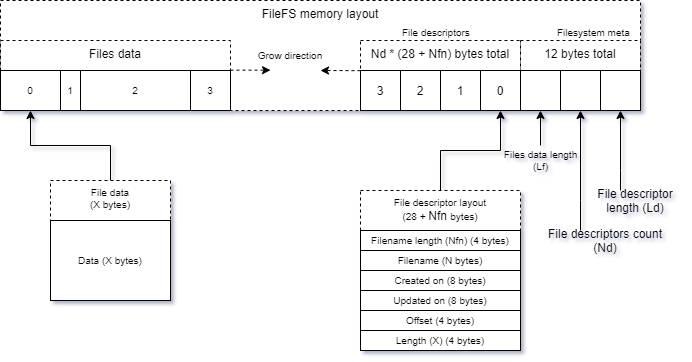
Above: docs/img/Memory-structure.png in seclerp/FileFS (draw.io), before the change. Source tidied: cells renumbered, new cells last; positions are measured from the earlier drawing's top-left corner, leaving out a move shared by most shapes.
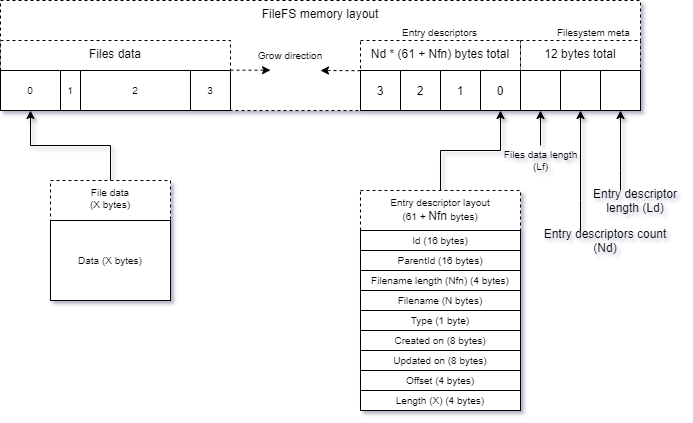
After the commit.

Change to the diagram source:
```diff
@@ -5,7 +5,7 @@
     <mxCell id="2" value="FileFS memory layout" style="rounded=0;whiteSpace=wrap;html=1;dashed=1;verticalAlign=top;" parent="1" vertex="1">
       <mxGeometry width="640" height="110" as="geometry" />
     </mxCell>
-    <mxCell id="3" value="Nd * (28 + Nfn) bytes total" style="rounded=0;whiteSpace=wrap;html=1;dashed=1;verticalAlign=top;" parent="1" vertex="1">
+    <mxCell id="3" value="Nd * (61&amp;nbsp;+ Nfn) bytes total" style="rounded=0;whiteSpace=wrap;html=1;dashed=1;verticalAlign=top;" parent="1" vertex="1">
       <mxGeometry x="360" y="40" width="160" height="70" as="geometry" />
     </mxCell>
     <mxCell id="4" value="12 bytes total" style="rounded=0;whiteSpace=wrap;html=1;dashed=1;verticalAlign=top;" parent="1" vertex="1">
@@ -25,7 +25,7 @@
         </Array>
       </mxGeometry>
     </mxCell>
-    <mxCell id="8" value="File descriptor length (Ld)" style="text;html=1;strokeColor=none;fillColor=none;align=center;verticalAlign=middle;whiteSpace=wrap;rounded=0;dashed=1;" parent="1" vertex="1">
+    <mxCell id="8" value="Entry descriptor length (Ld)" style="text;html=1;strokeColor=none;fillColor=none;align=center;verticalAlign=middle;whiteSpace=wrap;rounded=0;dashed=1;" parent="1" vertex="1">
       <mxGeometry x="590" y="190" width="90" height="20" as="geometry" />
     </mxCell>
     <mxCell id="9" style="edgeStyle=orthogonalEdgeStyle;rounded=0;jettySize=auto;html=1;entryX=0.5;entryY=1;entryDx=0;entryDy=0;" parent="1" edge="1" source="10" target="6">
@@ -36,7 +36,7 @@
         </Array>
       </mxGeometry>
     </mxCell>
-    <mxCell id="10" value="File descriptors count (Nd)" style="text;html=1;strokeColor=none;fillColor=none;align=center;verticalAlign=middle;whiteSpace=wrap;rounded=0;dashed=1;" parent="1" vertex="1">
+    <mxCell id="10" value="Entry descriptors count (Nd)" style="text;html=1;strokeColor=none;fillColor=none;align=center;verticalAlign=middle;whiteSpace=wrap;rounded=0;dashed=1;" parent="1" vertex="1">
       <mxGeometry x="540" y="230" width="130" height="20" as="geometry" />
     </mxCell>
     <mxCell id="11" value="0" style="whiteSpace=wrap;html=1;rounded=0;" parent="1" vertex="1">
@@ -54,17 +54,17 @@
     <mxCell id="15" value="&lt;span style=&quot;font-family: helvetica; font-size: 10px; font-style: normal; font-weight: 400; letter-spacing: normal; text-align: center; text-indent: 0px; text-transform: none; word-spacing: 0px; display: inline; float: none;&quot;&gt;Filesystem meta&lt;/span&gt;" style="text;whiteSpace=wrap;html=1;fontSize=10;labelBackgroundColor=none;" parent="1" vertex="1">
       <mxGeometry x="555" y="20" width="90" height="20" as="geometry" />
     </mxCell>
-    <mxCell id="16" value="&lt;span style=&quot;text-align: center&quot;&gt;&lt;font style=&quot;font-size: 10px&quot;&gt;File descriptors&lt;/font&gt;&lt;/span&gt;" style="text;whiteSpace=wrap;html=1;fontSize=10;labelBackgroundColor=none;" parent="1" vertex="1">
+    <mxCell id="16" value="&lt;span style=&quot;text-align: center&quot;&gt;&lt;font style=&quot;font-size: 10px&quot;&gt;Entry descriptors&lt;/font&gt;&lt;/span&gt;" style="text;whiteSpace=wrap;html=1;fontSize=10;labelBackgroundColor=none;" parent="1" vertex="1">
       <mxGeometry x="400" y="20" width="90" height="20" as="geometry" />
     </mxCell>
     <mxCell id="17" style="edgeStyle=orthogonalEdgeStyle;rounded=0;jettySize=auto;html=1;entryX=0.5;entryY=1;entryDx=0;entryDy=0;fontSize=10;fontColor=#000000;" parent="1" edge="1" source="18" target="11">
       <mxGeometry relative="1" as="geometry" />
     </mxCell>
-    <mxCell id="18" value="File descriptor layout&lt;br&gt;(28 +&amp;nbsp;&lt;span style=&quot;font-size: 12px&quot;&gt;Nfn&amp;nbsp;&lt;/span&gt;bytes)" style="rounded=0;whiteSpace=wrap;html=1;labelBackgroundColor=none;fontSize=10;fontColor=#000000;dashed=1;verticalAlign=top;" parent="1" vertex="1">
-      <mxGeometry x="360" y="190" width="160" height="160" as="geometry" />
+    <mxCell id="18" value="Entry descriptor layout&lt;br&gt;(61 +&amp;nbsp;&lt;span style=&quot;font-size: 12px&quot;&gt;Nfn&amp;nbsp;&lt;/span&gt;bytes)" style="rounded=0;whiteSpace=wrap;html=1;labelBackgroundColor=none;fontSize=10;fontColor=#000000;dashed=1;verticalAlign=top;" parent="1" vertex="1">
+      <mxGeometry x="360" y="190" width="160" height="220" as="geometry" />
     </mxCell>
     <mxCell id="19" value="Filename length (Nfn) (4 bytes)" style="rounded=0;whiteSpace=wrap;html=1;labelBackgroundColor=none;fontSize=10;fontColor=#000000;" parent="1" vertex="1">
-      <mxGeometry x="360" y="230" width="160" height="20" as="geometry" />
+      <mxGeometry x="360" y="270" width="160" height="20" as="geometry" />
     </mxCell>
     <mxCell id="20" style="whiteSpace=wrap;html=1;rounded=0;" parent="1" vertex="1">
       <mxGeometry x="520" y="70" width="40" height="40" as="geometry" />
@@ -76,10 +76,10 @@
       <mxGeometry x="495" y="145" width="90" height="30" as="geometry" />
     </mxCell>
     <mxCell id="23" value="Offset (4 bytes)" style="rounded=0;whiteSpace=wrap;html=1;labelBackgroundColor=none;fontSize=10;fontColor=#000000;" parent="1" vertex="1">
-      <mxGeometry x="360" y="310" width="160" height="20" as="geometry" />
+      <mxGeometry x="360" y="370" width="160" height="20" as="geometry" />
     </mxCell>
     <mxCell id="24" value="Length (X) (4 bytes)" style="rounded=0;whiteSpace=wrap;html=1;labelBackgroundColor=none;fontSize=10;fontColor=#000000;" parent="1" vertex="1">
-      <mxGeometry x="360" y="330" width="160" height="20" as="geometry" />
+      <mxGeometry x="360" y="390" width="160" height="20" as="geometry" />
     </mxCell>
     <mxCell id="25" value="Files data" style="rounded=0;whiteSpace=wrap;html=1;dashed=1;verticalAlign=top;" parent="1" vertex="1">
       <mxGeometry y="40" width="230" height="70" as="geometry" />
@@ -121,13 +121,22 @@
       <mxGeometry x="240" y="45" width="100" height="20" as="geometry" />
     </mxCell>
     <mxCell id="36" value="Created on (8 bytes)" style="rounded=0;whiteSpace=wrap;html=1;labelBackgroundColor=none;fontSize=10;fontColor=#000000;" parent="1" vertex="1">
-      <mxGeometry x="360" y="270" width="160" height="20" as="geometry" />
+      <mxGeometry x="360" y="330" width="160" height="20" as="geometry" />
     </mxCell>
     <mxCell id="37" value="Updated on (8 bytes)" style="rounded=0;whiteSpace=wrap;html=1;labelBackgroundColor=none;fontSize=10;fontColor=#000000;" parent="1" vertex="1">
-      <mxGeometry x="360" y="290" width="160" height="20" as="geometry" />
+      <mxGeometry x="360" y="350" width="160" height="20" as="geometry" />
     </mxCell>
     <mxCell id="38" value="Filename (N bytes)" style="rounded=0;whiteSpace=wrap;html=1;labelBackgroundColor=none;fontSize=10;fontColor=#000000;" parent="1" vertex="1">
-      <mxGeometry x="360" y="250" width="160" height="20" as="geometry" />
+      <mxGeometry x="360" y="290" width="160" height="20" as="geometry" />
     </mxCell>
+    <mxCell id="39" value="Id (16 bytes)" style="rounded=0;whiteSpace=wrap;html=1;labelBackgroundColor=none;fontSize=10;fontColor=#000000;" parent="1" vertex="1">
+      <mxGeometry x="360" y="230" width="160" height="20" as="geometry" />
+    </mxCell>
+    <mxCell id="40" value="ParentId (16 bytes)" style="rounded=0;whiteSpace=wrap;html=1;labelBackgroundColor=none;fontSize=10;fontColor=#000000;" parent="1" vertex="1">
+      <mxGeometry x="360" y="250" width="160" height="20" as="geometry" />
+    </mxCell>
+    <mxCell id="41" value="Type (1 byte)" style="rounded=0;whiteSpace=wrap;html=1;labelBackgroundColor=none;fontSize=10;fontColor=#000000;" parent="1" vertex="1">
+      <mxGeometry x="360" y="310" width="160" height="20" as="geometry" />
+    </mxCell>
   </root>
 </mxGraphModel>
```
